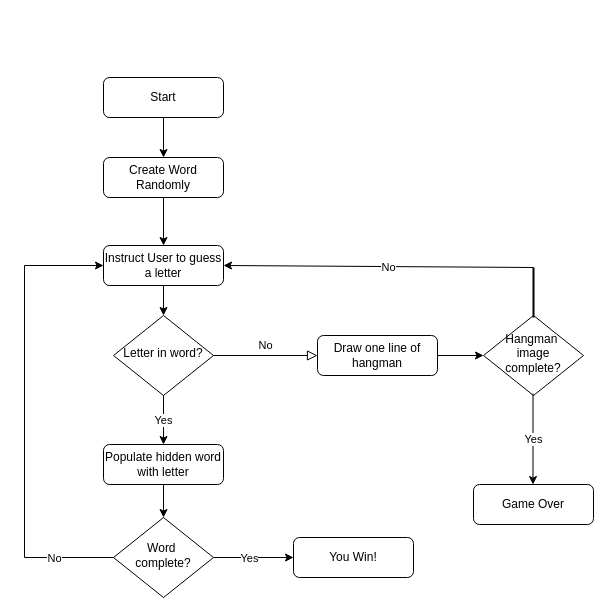
The draw.io diagram Untitled Diagram.drawio in chrissimmons1979/Python-Learning-Journey, before the edit. Source tidied: cells renumbered, new cells numbered last; positions are measured from the earlier drawing's top-left corner, leaving out a move shared by most shapes. Both pictures are drawn from the tidied source at 100%, with x=0, y=0 at pixel (24, 77).
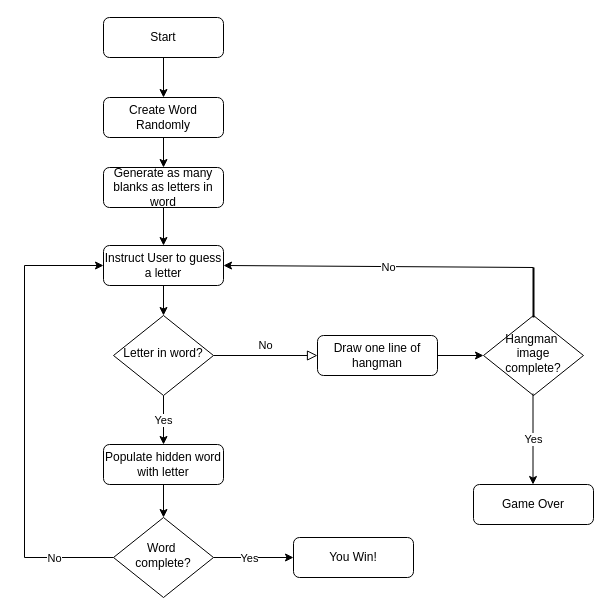
Above is the later version.

Commit message (it also covers changes not shown here):
Hangman Flow Chart.drawio

Unchanged cells that the change refers to:
```xml
<mxCell id="10" value="Instruct User to guess a letter" style="rounded=1;whiteSpace=wrap;html=1;fontSize=12;glass=0;strokeWidth=1;shadow=0;" parent="1" vertex="1">
  <mxGeometry x="79" y="168" width="120" height="40" as="geometry" />
</mxCell>
```

What changed in the source:
```diff
@@
     <mxCell id="3" value="Start" style="rounded=1;whiteSpace=wrap;html=1;fontSize=12;glass=0;strokeWidth=1;shadow=0;" parent="1" vertex="1">
-      <mxGeometry x="79" width="120" height="40" as="geometry" />
+      <mxGeometry x="79" y="-60" width="120" height="40" as="geometry" />
     </mxCell>
@@
-    <mxCell id="11" style="edgeStyle=orthogonalEdgeStyle;rounded=0;jettySize=auto;html=1;" parent="1" edge="1" source="12" target="10">
-      <mxGeometry relative="1" as="geometry" />
-    </mxCell>
+    <mxCell id="27" style="edgeStyle=orthogonalEdgeStyle;rounded=0;jettySize=auto;html=1;" parent="1" edge="1" source="12" target="29">
+      <mxGeometry relative="1" as="geometry" />
+    </mxCell>
     <mxCell id="12" value="Create Word Randomly" style="rounded=1;whiteSpace=wrap;html=1;fontSize=12;glass=0;strokeWidth=1;shadow=0;" parent="1" vertex="1">
-      <mxGeometry x="79" y="80" width="120" height="40" as="geometry" />
+      <mxGeometry x="79" y="20" width="120" height="40" as="geometry" />
     </mxCell>
@@
+    <mxCell id="28" style="edgeStyle=orthogonalEdgeStyle;rounded=0;jettySize=auto;html=1;" parent="1" edge="1" source="29" target="10">
+      <mxGeometry relative="1" as="geometry" />
+    </mxCell>
+    <mxCell id="29" value="Generate as many blanks as letters in word" style="rounded=1;whiteSpace=wrap;html=1;fontSize=12;glass=0;strokeWidth=1;shadow=0;" parent="1" vertex="1">
+      <mxGeometry x="79" y="90" width="120" height="40" as="geometry" />
+    </mxCell>
```
